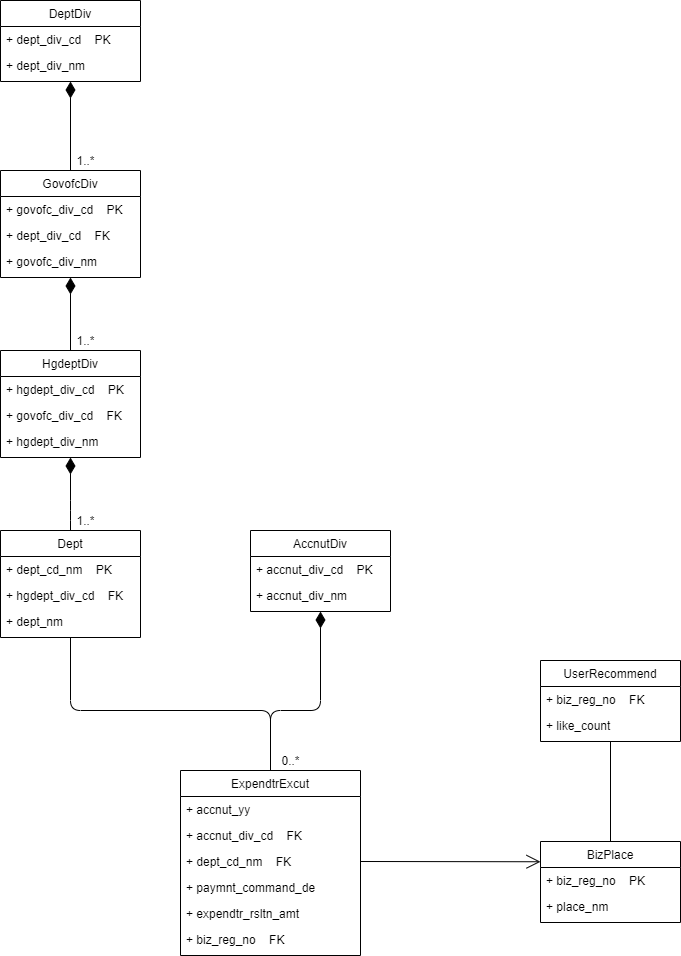
Before: document/다이어그램/uml_data_modeling.png, a diagram exported from draw.io (pengm2ng/AJOU_DATABASE_JMT). Source tidied: cells renumbered, new cells last; positions are measured from the earlier drawing's top-left corner, leaving out a move shared by most shapes.
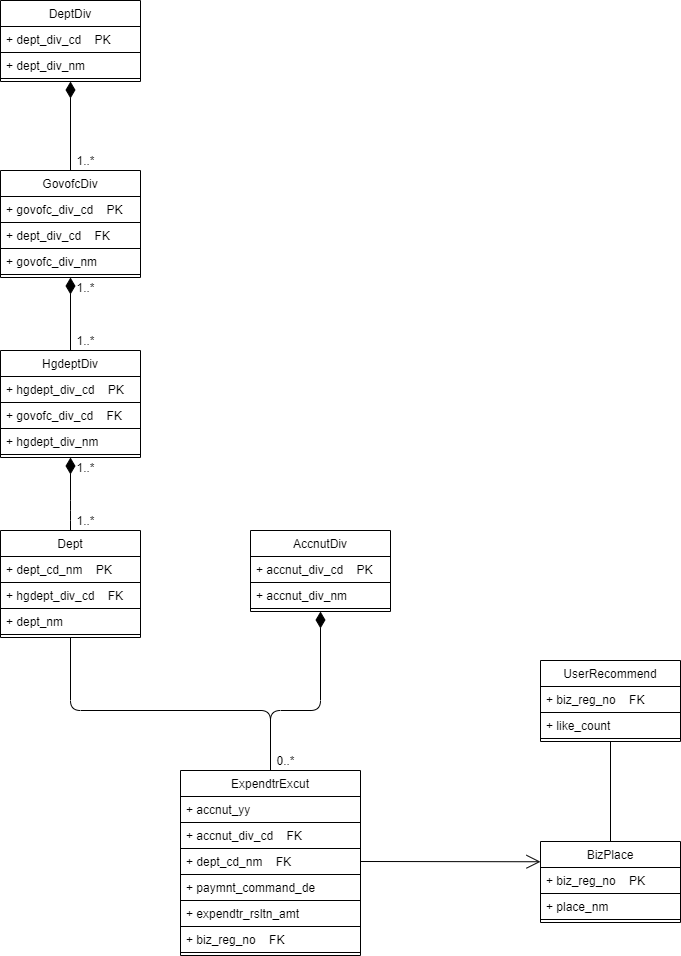
Above is the later version.

Commit message:
modify: uml and relation diagram changed

changed 1:m relation in 'GovofcDiv', 'HgdeptDiv', 'Dept' to m:n relation

Diff of the diagram source:
```diff
@@ -1,89 +1,89 @@
-<mxGraphModel>
+<mxGraphModel background="#FFFFFF">
   <root>
     <mxCell id="0" />
     <mxCell id="1" parent="0" />
-    <mxCell id="2" value="ExpendtrExcut" style="swimlane;fontStyle=0;horizontal=1;startSize=26;fillColor=none;" parent="1" vertex="1">
+    <mxCell id="2" value="ExpendtrExcut" style="swimlane;fontStyle=0;horizontal=1;startSize=26;fillColor=none;strokeColor=#000000;fontColor=#000000;" parent="1" vertex="1">
       <mxGeometry x="180" y="770" width="180" height="185" as="geometry" />
     </mxCell>
-    <mxCell id="3" value="+ accnut_yy" style="text;strokeColor=none;fillColor=none;align=left;verticalAlign=top;spacingLeft=4;spacingRight=4;overflow=hidden;" parent="2" vertex="1">
+    <mxCell id="3" value="+ accnut_yy" style="text;fillColor=none;align=left;verticalAlign=top;spacingLeft=4;spacingRight=4;overflow=hidden;strokeColor=#000000;fontColor=#000000;" parent="2" vertex="1">
       <mxGeometry y="26" width="180" height="26" as="geometry" />
     </mxCell>
-    <mxCell id="4" value="+ accnut_div_cd    FK" style="text;strokeColor=none;fillColor=none;align=left;verticalAlign=top;spacingLeft=4;spacingRight=4;overflow=hidden;" parent="2" vertex="1">
+    <mxCell id="4" value="+ accnut_div_cd    FK" style="text;fillColor=none;align=left;verticalAlign=top;spacingLeft=4;spacingRight=4;overflow=hidden;strokeColor=#000000;fontColor=#000000;" parent="2" vertex="1">
       <mxGeometry y="52" width="180" height="26" as="geometry" />
     </mxCell>
-    <mxCell id="5" value="+ dept_cd_nm    FK" style="text;strokeColor=none;fillColor=none;align=left;verticalAlign=top;spacingLeft=4;spacingRight=4;overflow=hidden;points=[[0,0.5],[1,0.5]];portConstraint=eastwest;" parent="2" vertex="1">
+    <mxCell id="5" value="+ dept_cd_nm    FK" style="text;fillColor=none;align=left;verticalAlign=top;spacingLeft=4;spacingRight=4;overflow=hidden;points=[[0,0.5],[1,0.5]];portConstraint=eastwest;strokeColor=#000000;fontColor=#000000;" parent="2" vertex="1">
       <mxGeometry y="78" width="180" height="26" as="geometry" />
     </mxCell>
-    <mxCell id="6" value="+ paymnt_command_de" style="text;strokeColor=none;fillColor=none;align=left;verticalAlign=top;spacingLeft=4;spacingRight=4;overflow=hidden;" parent="2" vertex="1">
+    <mxCell id="6" value="+ paymnt_command_de" style="text;fillColor=none;align=left;verticalAlign=top;spacingLeft=4;spacingRight=4;overflow=hidden;strokeColor=#000000;fontColor=#000000;" parent="2" vertex="1">
       <mxGeometry y="104" width="180" height="26" as="geometry" />
     </mxCell>
-    <mxCell id="7" value="+ expendtr_rsltn_amt" style="text;strokeColor=none;fillColor=none;align=left;verticalAlign=top;spacingLeft=4;spacingRight=4;overflow=hidden;" parent="2" vertex="1">
+    <mxCell id="7" value="+ expendtr_rsltn_amt" style="text;fillColor=none;align=left;verticalAlign=top;spacingLeft=4;spacingRight=4;overflow=hidden;strokeColor=#000000;fontColor=#000000;" parent="2" vertex="1">
       <mxGeometry y="130" width="180" height="26" as="geometry" />
     </mxCell>
-    <mxCell id="8" value="+ biz_reg_no    FK" style="text;strokeColor=none;fillColor=none;align=left;verticalAlign=top;spacingLeft=4;spacingRight=4;overflow=hidden;" parent="2" vertex="1">
+    <mxCell id="8" value="+ biz_reg_no    FK" style="text;fillColor=none;align=left;verticalAlign=top;spacingLeft=4;spacingRight=4;overflow=hidden;strokeColor=#000000;fontColor=#000000;" parent="2" vertex="1">
       <mxGeometry y="156" width="180" height="26" as="geometry" />
     </mxCell>
-    <mxCell id="9" style="edgeStyle=orthogonalEdgeStyle;jettySize=auto;html=1;exitX=0.5;exitY=1;exitDx=0;exitDy=0;entryX=0.5;entryY=0;entryDx=0;entryDy=0;startArrow=diamondThin;startFill=1;startSize=14;endArrow=none;endFill=0;endSize=12;align=left;strokeColor=#000000;" parent="1" edge="1" source="10" target="14">
+    <mxCell id="9" style="edgeStyle=orthogonalEdgeStyle;jettySize=auto;html=1;exitX=0.5;exitY=1;exitDx=0;exitDy=0;entryX=0.5;entryY=0;entryDx=0;entryDy=0;startArrow=diamondThin;startFill=1;startSize=14;endArrow=none;endFill=0;endSize=12;align=left;strokeColor=#000000;fontColor=#000000;" parent="1" edge="1" source="10" target="14">
       <mxGeometry relative="1" as="geometry" />
     </mxCell>
-    <mxCell id="10" value="DeptDiv" style="swimlane;fontStyle=0;horizontal=1;startSize=26;fillColor=none;" parent="1" vertex="1">
+    <mxCell id="10" value="DeptDiv" style="swimlane;fontStyle=0;horizontal=1;startSize=26;fillColor=none;strokeColor=#000000;fontColor=#000000;" parent="1" vertex="1">
       <mxGeometry width="140" height="81" as="geometry" />
     </mxCell>
-    <mxCell id="11" value="+ dept_div_cd    PK" style="text;strokeColor=none;fillColor=none;align=left;verticalAlign=top;spacingLeft=4;spacingRight=4;overflow=hidden;" parent="10" vertex="1">
+    <mxCell id="11" value="+ dept_div_cd    PK" style="text;fillColor=none;align=left;verticalAlign=top;spacingLeft=4;spacingRight=4;overflow=hidden;strokeColor=#000000;fontColor=#000000;" parent="10" vertex="1">
       <mxGeometry y="26" width="140" height="26" as="geometry" />
     </mxCell>
-    <mxCell id="12" value="+ dept_div_nm" style="text;strokeColor=none;fillColor=none;align=left;verticalAlign=top;spacingLeft=4;spacingRight=4;overflow=hidden;" parent="10" vertex="1">
+    <mxCell id="12" value="+ dept_div_nm" style="text;fillColor=none;align=left;verticalAlign=top;spacingLeft=4;spacingRight=4;overflow=hidden;strokeColor=#000000;fontColor=#000000;" parent="10" vertex="1">
       <mxGeometry y="52" width="140" height="26" as="geometry" />
     </mxCell>
-    <mxCell id="13" style="edgeStyle=orthogonalEdgeStyle;jettySize=auto;html=1;exitX=0.5;exitY=1;exitDx=0;exitDy=0;entryX=0.5;entryY=0;entryDx=0;entryDy=0;startArrow=diamondThin;startFill=1;startSize=14;endArrow=none;endFill=0;endSize=12;align=left;strokeColor=#000000;" parent="1" edge="1" source="14" target="18">
+    <mxCell id="13" style="edgeStyle=orthogonalEdgeStyle;jettySize=auto;html=1;exitX=0.5;exitY=1;exitDx=0;exitDy=0;entryX=0.5;entryY=0;entryDx=0;entryDy=0;startArrow=diamondThin;startFill=1;startSize=14;endArrow=none;endFill=0;endSize=12;align=left;strokeColor=#000000;fontColor=#000000;" parent="1" edge="1" source="14" target="18">
       <mxGeometry relative="1" as="geometry" />
     </mxCell>
-    <mxCell id="14" value="GovofcDiv" style="swimlane;fontStyle=0;horizontal=1;startSize=26;fillColor=none;" parent="1" vertex="1">
+    <mxCell id="14" value="GovofcDiv" style="swimlane;fontStyle=0;horizontal=1;startSize=26;fillColor=none;strokeColor=#000000;fontColor=#000000;" parent="1" vertex="1">
       <mxGeometry y="170" width="140" height="107" as="geometry" />
     </mxCell>
-    <mxCell id="15" value="+ govofc_div_cd    PK" style="text;strokeColor=none;fillColor=none;align=left;verticalAlign=top;spacingLeft=4;spacingRight=4;overflow=hidden;" parent="14" vertex="1">
+    <mxCell id="15" value="+ govofc_div_cd    PK" style="text;fillColor=none;align=left;verticalAlign=top;spacingLeft=4;spacingRight=4;overflow=hidden;strokeColor=#000000;fontColor=#000000;" parent="14" vertex="1">
       <mxGeometry y="26" width="140" height="26" as="geometry" />
     </mxCell>
-    <mxCell id="16" value="+ dept_div_cd    FK" style="text;strokeColor=none;fillColor=none;align=left;verticalAlign=top;spacingLeft=4;spacingRight=4;overflow=hidden;" parent="14" vertex="1">
+    <mxCell id="16" value="+ dept_div_cd    FK" style="text;fillColor=none;align=left;verticalAlign=top;spacingLeft=4;spacingRight=4;overflow=hidden;strokeColor=#000000;fontColor=#000000;" parent="14" vertex="1">
       <mxGeometry y="52" width="140" height="26" as="geometry" />
     </mxCell>
-    <mxCell id="17" value="+ govofc_div_nm" style="text;strokeColor=none;fillColor=none;align=left;verticalAlign=top;spacingLeft=4;spacingRight=4;overflow=hidden;" parent="14" vertex="1">
+    <mxCell id="17" value="+ govofc_div_nm" style="text;fillColor=none;align=left;verticalAlign=top;spacingLeft=4;spacingRight=4;overflow=hidden;strokeColor=#000000;fontColor=#000000;" parent="14" vertex="1">
       <mxGeometry y="78" width="140" height="26" as="geometry" />
     </mxCell>
-    <mxCell id="18" value="HgdeptDiv" style="swimlane;fontStyle=0;horizontal=1;startSize=26;fillColor=none;" parent="1" vertex="1">
+    <mxCell id="18" value="HgdeptDiv" style="swimlane;fontStyle=0;horizontal=1;startSize=26;fillColor=none;strokeColor=#000000;fontColor=#000000;" parent="1" vertex="1">
       <mxGeometry y="350" width="140" height="107" as="geometry" />
     </mxCell>
-    <mxCell id="19" value="+ hgdept_div_cd    PK" style="text;strokeColor=none;fillColor=none;align=left;verticalAlign=top;spacingLeft=4;spacingRight=4;overflow=hidden;" parent="18" vertex="1">
+    <mxCell id="19" value="+ hgdept_div_cd    PK" style="text;fillColor=none;align=left;verticalAlign=top;spacingLeft=4;spacingRight=4;overflow=hidden;strokeColor=#000000;fontColor=#000000;" parent="18" vertex="1">
       <mxGeometry y="26" width="140" height="26" as="geometry" />
     </mxCell>
-    <mxCell id="20" value="+ govofc_div_cd    FK" style="text;strokeColor=none;fillColor=none;align=left;verticalAlign=top;spacingLeft=4;spacingRight=4;overflow=hidden;" parent="18" vertex="1">
+    <mxCell id="20" value="+ govofc_div_cd    FK" style="text;fillColor=none;align=left;verticalAlign=top;spacingLeft=4;spacingRight=4;overflow=hidden;strokeColor=#000000;fontColor=#000000;" parent="18" vertex="1">
       <mxGeometry y="52" width="140" height="26" as="geometry" />
     </mxCell>
-    <mxCell id="21" value="+ hgdept_div_nm" style="text;strokeColor=none;fillColor=none;align=left;verticalAlign=top;spacingLeft=4;spacingRight=4;overflow=hidden;" parent="18" vertex="1">
+    <mxCell id="21" value="+ hgdept_div_nm" style="text;fillColor=none;align=left;verticalAlign=top;spacingLeft=4;spacingRight=4;overflow=hidden;strokeColor=#000000;fontColor=#000000;" parent="18" vertex="1">
       <mxGeometry y="78" width="140" height="26" as="geometry" />
     </mxCell>
-    <mxCell id="22" value="Dept" style="swimlane;fontStyle=0;horizontal=1;startSize=26;fillColor=none;" parent="1" vertex="1">
+    <mxCell id="22" value="Dept" style="swimlane;fontStyle=0;horizontal=1;startSize=26;fillColor=none;strokeColor=#000000;fontColor=#000000;" parent="1" vertex="1">
       <mxGeometry y="530" width="140" height="107" as="geometry" />
     </mxCell>
-    <mxCell id="23" value="+ dept_cd_nm    PK" style="text;strokeColor=none;fillColor=none;align=left;verticalAlign=top;spacingLeft=4;spacingRight=4;overflow=hidden;" parent="22" vertex="1">
+    <mxCell id="23" value="+ dept_cd_nm    PK" style="text;fillColor=none;align=left;verticalAlign=top;spacingLeft=4;spacingRight=4;overflow=hidden;strokeColor=#000000;fontColor=#000000;" parent="22" vertex="1">
       <mxGeometry y="26" width="140" height="26" as="geometry" />
     </mxCell>
-    <mxCell id="24" value="+ hgdept_div_cd    FK" style="text;strokeColor=none;fillColor=none;align=left;verticalAlign=top;spacingLeft=4;spacingRight=4;overflow=hidden;" parent="22" vertex="1">
+    <mxCell id="24" value="+ hgdept_div_cd    FK" style="text;fillColor=none;align=left;verticalAlign=top;spacingLeft=4;spacingRight=4;overflow=hidden;strokeColor=#000000;fontColor=#000000;" parent="22" vertex="1">
       <mxGeometry y="52" width="140" height="26" as="geometry" />
     </mxCell>
-    <mxCell id="25" value="+ dept_nm" style="text;strokeColor=none;fillColor=none;align=left;verticalAlign=top;spacingLeft=4;spacingRight=4;overflow=hidden;" parent="22" vertex="1">
+    <mxCell id="25" value="+ dept_nm" style="text;fillColor=none;align=left;verticalAlign=top;spacingLeft=4;spacingRight=4;overflow=hidden;strokeColor=#000000;fontColor=#000000;" parent="22" vertex="1">
       <mxGeometry y="78" width="140" height="26" as="geometry" />
     </mxCell>
-    <mxCell id="26" value="AccnutDiv" style="swimlane;fontStyle=0;horizontal=1;startSize=26;fillColor=none;" parent="1" vertex="1">
+    <mxCell id="26" value="AccnutDiv" style="swimlane;fontStyle=0;horizontal=1;startSize=26;fillColor=none;strokeColor=#000000;fontColor=#000000;" parent="1" vertex="1">
       <mxGeometry x="250" y="530" width="140" height="81" as="geometry" />
     </mxCell>
-    <mxCell id="27" value="+ accnut_div_cd    PK" style="text;strokeColor=none;fillColor=none;align=left;verticalAlign=top;spacingLeft=4;spacingRight=4;overflow=hidden;" parent="26" vertex="1">
+    <mxCell id="27" value="+ accnut_div_cd    PK" style="text;fillColor=none;align=left;verticalAlign=top;spacingLeft=4;spacingRight=4;overflow=hidden;strokeColor=#000000;fontColor=#000000;" parent="26" vertex="1">
       <mxGeometry y="26" width="140" height="26" as="geometry" />
     </mxCell>
-    <mxCell id="28" value="+ accnut_div_nm" style="text;strokeColor=none;fillColor=none;align=left;verticalAlign=top;spacingLeft=4;spacingRight=4;overflow=hidden;" parent="26" vertex="1">
+    <mxCell id="28" value="+ accnut_div_nm" style="text;fillColor=none;align=left;verticalAlign=top;spacingLeft=4;spacingRight=4;overflow=hidden;strokeColor=#000000;fontColor=#000000;" parent="26" vertex="1">
       <mxGeometry y="52" width="140" height="26" as="geometry" />
     </mxCell>
-    <mxCell id="29" style="endArrow=none;endSize=12;startArrow=none;startSize=14;startFill=0;edgeStyle=orthogonalEdgeStyle;align=left;verticalAlign=bottom;endFill=0;entryX=0.5;entryY=0;entryDx=0;entryDy=0;exitX=0.5;exitY=1;exitDx=0;exitDy=0;html=1;strokeColor=#000000;" parent="1" edge="1" source="22" target="2">
+    <mxCell id="29" style="endArrow=none;endSize=12;startArrow=none;startSize=14;startFill=0;edgeStyle=orthogonalEdgeStyle;align=left;verticalAlign=bottom;endFill=0;entryX=0.5;entryY=0;entryDx=0;entryDy=0;exitX=0.5;exitY=1;exitDx=0;exitDy=0;html=1;strokeColor=#000000;fontColor=#000000;" parent="1" edge="1" source="22" target="2">
       <mxGeometry x="-0.87" relative="1" as="geometry">
         <Array as="points">
           <mxPoint x="70" y="710" />
@@ -91,7 +91,7 @@
         </Array>
       </mxGeometry>
     </mxCell>
-    <mxCell id="30" style="endArrow=none;html=1;endSize=12;startArrow=diamondThin;startSize=14;startFill=1;edgeStyle=orthogonalEdgeStyle;align=left;verticalAlign=bottom;endFill=0;entryX=0.5;entryY=0;entryDx=0;entryDy=0;exitX=0.5;exitY=1;exitDx=0;exitDy=0;strokeColor=#000000;" parent="1" edge="1" source="26" target="2">
+    <mxCell id="30" style="endArrow=none;html=1;endSize=12;startArrow=diamondThin;startSize=14;startFill=1;edgeStyle=orthogonalEdgeStyle;align=left;verticalAlign=bottom;endFill=0;entryX=0.5;entryY=0;entryDx=0;entryDy=0;exitX=0.5;exitY=1;exitDx=0;exitDy=0;strokeColor=#000000;fontColor=#000000;" parent="1" edge="1" source="26" target="2">
       <mxGeometry x="-0.82" y="10" relative="1" as="geometry">
         <Array as="points">
           <mxPoint x="320" y="710" />
@@ -99,7 +99,7 @@
         </Array>
       </mxGeometry>
     </mxCell>
-    <mxCell id="31" style="endArrow=none;html=1;endSize=12;startArrow=diamondThin;startSize=14;startFill=1;edgeStyle=orthogonalEdgeStyle;align=left;verticalAlign=bottom;endFill=0;entryX=0.5;entryY=0;entryDx=0;entryDy=0;exitX=0.5;exitY=1;exitDx=0;exitDy=0;strokeColor=#000000;" parent="1" edge="1" source="18" target="22">
+    <mxCell id="31" style="endArrow=none;html=1;endSize=12;startArrow=diamondThin;startSize=14;startFill=1;edgeStyle=orthogonalEdgeStyle;align=left;verticalAlign=bottom;endFill=0;entryX=0.5;entryY=0;entryDx=0;entryDy=0;exitX=0.5;exitY=1;exitDx=0;exitDy=0;strokeColor=#000000;fontColor=#000000;" parent="1" edge="1" source="18" target="22">
       <mxGeometry x="-0.51" y="10" relative="1" as="geometry">
         <Array as="points">
           <mxPoint x="70" y="510" />
@@ -107,41 +107,47 @@
         </Array>
       </mxGeometry>
     </mxCell>
-    <mxCell id="32" value="UserRecommend" style="swimlane;fontStyle=0;horizontal=1;startSize=26;fillColor=none;" parent="1" vertex="1">
+    <mxCell id="32" value="UserRecommend" style="swimlane;fontStyle=0;horizontal=1;startSize=26;fillColor=none;strokeColor=#000000;fontColor=#000000;" parent="1" vertex="1">
       <mxGeometry x="540" y="660" width="140" height="81" as="geometry" />
     </mxCell>
-    <mxCell id="33" value="+ biz_reg_no    FK" style="text;strokeColor=none;fillColor=none;align=left;verticalAlign=top;spacingLeft=4;spacingRight=4;overflow=hidden;" parent="32" vertex="1">
+    <mxCell id="33" value="+ biz_reg_no    FK" style="text;fillColor=none;align=left;verticalAlign=top;spacingLeft=4;spacingRight=4;overflow=hidden;strokeColor=#000000;fontColor=#000000;" parent="32" vertex="1">
       <mxGeometry y="26" width="140" height="26" as="geometry" />
     </mxCell>
-    <mxCell id="34" value="+ like_count" style="text;strokeColor=none;fillColor=none;align=left;verticalAlign=top;spacingLeft=4;spacingRight=4;overflow=hidden;" parent="32" vertex="1">
+    <mxCell id="34" value="+ like_count" style="text;fillColor=none;align=left;verticalAlign=top;spacingLeft=4;spacingRight=4;overflow=hidden;strokeColor=#000000;fontColor=#000000;" parent="32" vertex="1">
       <mxGeometry y="52" width="140" height="26" as="geometry" />
     </mxCell>
-    <mxCell id="35" value="BizPlace" style="swimlane;fontStyle=0;horizontal=1;startSize=26;fillColor=none;" parent="1" vertex="1">
+    <mxCell id="35" value="BizPlace" style="swimlane;fontStyle=0;horizontal=1;startSize=26;fillColor=none;strokeColor=#000000;fontColor=#000000;" parent="1" vertex="1">
       <mxGeometry x="540" y="841" width="140" height="81" as="geometry" />
     </mxCell>
-    <mxCell id="36" value="+ biz_reg_no    PK" style="text;strokeColor=none;fillColor=none;align=left;verticalAlign=top;spacingLeft=4;spacingRight=4;overflow=hidden;" parent="35" vertex="1">
+    <mxCell id="36" value="+ biz_reg_no    PK" style="text;fillColor=none;align=left;verticalAlign=top;spacingLeft=4;spacingRight=4;overflow=hidden;strokeColor=#000000;fontColor=#000000;" parent="35" vertex="1">
       <mxGeometry y="26" width="140" height="26" as="geometry" />
     </mxCell>
-    <mxCell id="37" value="+ place_nm" style="text;strokeColor=none;fillColor=none;align=left;verticalAlign=top;spacingLeft=4;spacingRight=4;overflow=hidden;" parent="35" vertex="1">
+    <mxCell id="37" value="+ place_nm" style="text;fillColor=none;align=left;verticalAlign=top;spacingLeft=4;spacingRight=4;overflow=hidden;strokeColor=#000000;fontColor=#000000;" parent="35" vertex="1">
       <mxGeometry y="52" width="140" height="26" as="geometry" />
     </mxCell>
-    <mxCell id="38" value="1..*" style="text;html=1;align=center;verticalAlign=middle;" parent="1" vertex="1">
-      <mxGeometry x="70" y="150" width="30" height="20" as="geometry" />
-    </mxCell>
-    <mxCell id="39" value="1..*" style="text;html=1;align=center;verticalAlign=middle;" parent="1" vertex="1">
-      <mxGeometry x="70" y="330" width="30" height="20" as="geometry" />
-    </mxCell>
-    <mxCell id="40" value="1..*" style="text;html=1;align=center;verticalAlign=middle;" parent="1" vertex="1">
+    <mxCell id="40" value="1..*" style="text;html=1;align=center;verticalAlign=middle;fontColor=#000000;" parent="1" vertex="1">
       <mxGeometry x="70" y="510" width="30" height="20" as="geometry" />
     </mxCell>
-    <mxCell id="41" value="0..*" style="text;html=1;align=center;verticalAlign=middle;" parent="1" vertex="1">
-      <mxGeometry x="275" y="750" width="30" height="20" as="geometry" />
+    <mxCell id="41" value="0..*" style="text;html=1;align=center;verticalAlign=middle;fontColor=#000000;" parent="1" vertex="1">
+      <mxGeometry x="270" y="750" width="30" height="20" as="geometry" />
     </mxCell>
-    <mxCell id="42" style="endArrow=open;endFill=1;endSize=12;html=1;entryX=0;entryY=0.25;entryDx=0;entryDy=0;exitX=1;exitY=0.5;exitDx=0;exitDy=0;strokeColor=#000000;" parent="1" edge="1" source="5" target="35">
+    <mxCell id="42" style="endArrow=open;endFill=1;endSize=12;html=1;entryX=0;entryY=0.25;entryDx=0;entryDy=0;exitX=1;exitY=0.5;exitDx=0;exitDy=0;strokeColor=#000000;fontColor=#000000;" parent="1" edge="1" source="5" target="35">
       <mxGeometry relative="1" as="geometry" />
     </mxCell>
-    <mxCell id="43" style="endArrow=none;html=1;edgeStyle=orthogonalEdgeStyle;entryX=0.5;entryY=0;entryDx=0;entryDy=0;strokeColor=#000000;" parent="1" edge="1" source="32" target="35">
+    <mxCell id="43" style="endArrow=none;html=1;edgeStyle=orthogonalEdgeStyle;entryX=0.5;entryY=0;entryDx=0;entryDy=0;strokeColor=#000000;fontColor=#000000;" parent="1" edge="1" source="32" target="35">
       <mxGeometry relative="1" as="geometry" />
     </mxCell>
+    <mxCell id="44" value="1..*" style="text;html=1;align=center;verticalAlign=middle;fontColor=#000000;" parent="1" vertex="1">
+      <mxGeometry x="70" y="330" width="30" height="20" as="geometry" />
+    </mxCell>
+    <mxCell id="45" value="1..*" style="text;html=1;align=center;verticalAlign=middle;fontColor=#000000;" parent="1" vertex="1">
+      <mxGeometry x="70" y="150" width="30" height="20" as="geometry" />
+    </mxCell>
+    <mxCell id="46" value="1..*" style="text;html=1;align=center;verticalAlign=middle;fontColor=#000000;" parent="1" vertex="1">
+      <mxGeometry x="70" y="457" width="30" height="20" as="geometry" />
+    </mxCell>
+    <mxCell id="47" value="1..*" style="text;html=1;align=center;verticalAlign=middle;fontColor=#000000;" parent="1" vertex="1">
+      <mxGeometry x="70" y="277" width="30" height="20" as="geometry" />
+    </mxCell>
   </root>
 </mxGraphModel>
```
